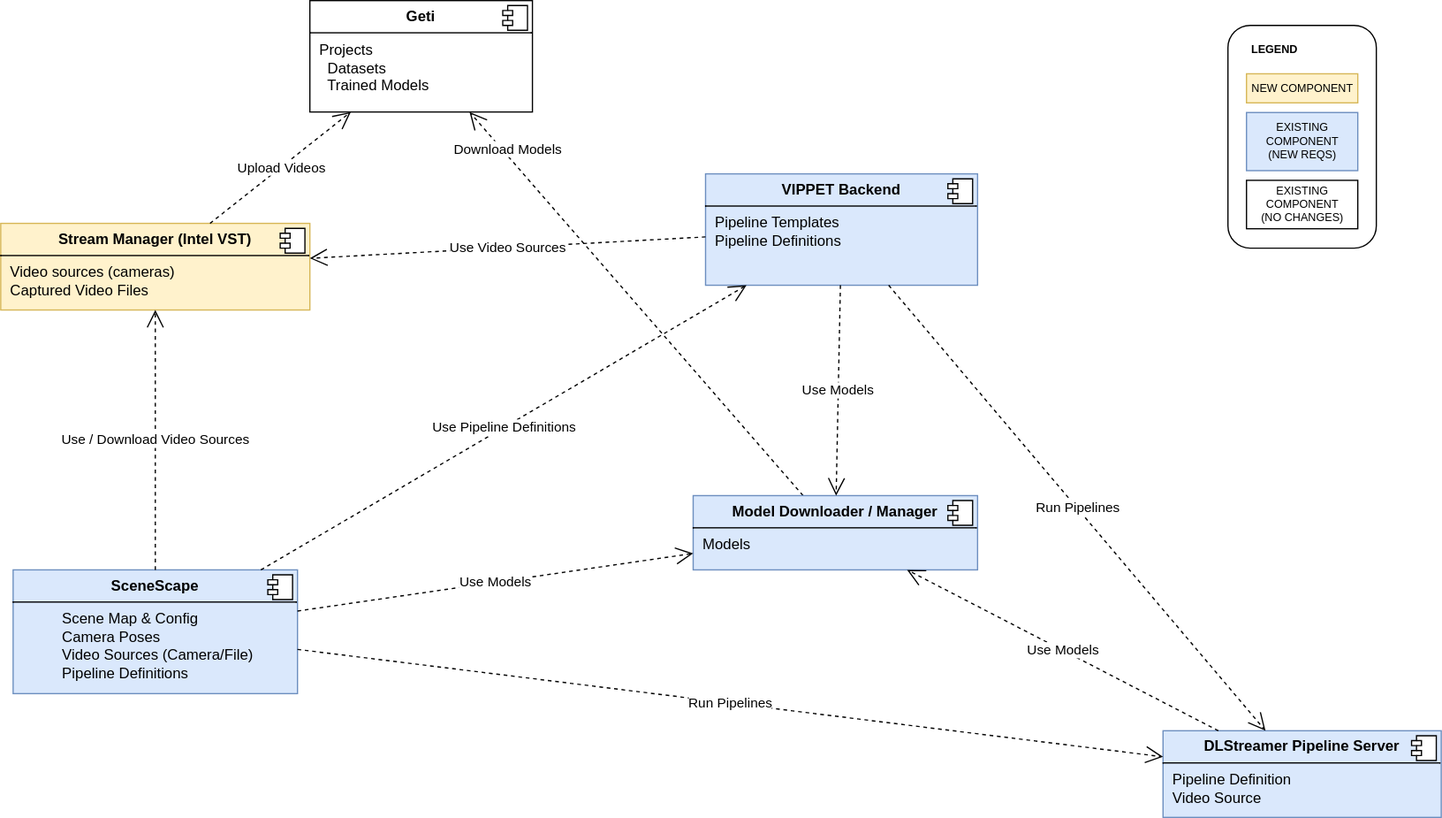
Above: docs/design/assets/SceneScape_MLOps-Component_Interaction.drawio.svg in open-edge-platform/scenescape (draw.io), before the change. Source tidied: cells renumbered, new cells last; positions are measured from the earlier drawing's top-left corner, leaving out a move shared by most shapes. Its diagram source:
```xml
<mxGraphModel>
  <root>
    <mxCell id="0" />
    <mxCell id="1" parent="0" />
    <mxCell id="2" value="&lt;p style=&quot;margin:0px;margin-top:6px;text-align:center;&quot;&gt;&lt;b&gt;SceneScape&lt;/b&gt;&lt;/p&gt;&lt;hr size=&quot;1&quot; style=&quot;border-style:solid;&quot;&gt;&lt;blockquote style=&quot;margin: 0 0 0 40px; border: none; padding: 0px;&quot;&gt;&lt;div style=&quot;&quot;&gt;&lt;div&gt;Scene Map &amp;amp; Config&lt;/div&gt;&lt;/div&gt;&lt;div style=&quot;&quot;&gt;&lt;span style=&quot;background-color: transparent; color: light-dark(rgb(0, 0, 0), rgb(255, 255, 255));&quot;&gt;Camera Poses&lt;/span&gt;&lt;/div&gt;&lt;div style=&quot;&quot;&gt;&lt;div&gt;Video Sources (Camera/File)&lt;/div&gt;&lt;/div&gt;&lt;div style=&quot;&quot;&gt;&lt;div&gt;&lt;span style=&quot;background-color: transparent; color: light-dark(rgb(0, 0, 0), rgb(255, 255, 255));&quot;&gt;Pipeline Definitions&lt;/span&gt;&lt;/div&gt;&lt;/div&gt;&lt;/blockquote&gt;" style="align=left;overflow=fill;html=1;whiteSpace=wrap;fillColor=#dae8fc;strokeColor=#6c8ebf;" parent="1" vertex="1">
      <mxGeometry x="10" y="460" width="230" height="100" as="geometry" />
    </mxCell>
    <mxCell id="3" style="shape=component;jettyWidth=8;jettyHeight=4;" parent="2" vertex="1">
      <mxGeometry x="1" width="20" height="20" relative="1" as="geometry">
        <mxPoint x="-24" y="4" as="offset" />
      </mxGeometry>
    </mxCell>
    <mxCell id="4" value="&lt;p style=&quot;margin:0px;margin-top:6px;text-align:center;&quot;&gt;&lt;b&gt;Stream Manager (Intel VST)&lt;/b&gt;&lt;/p&gt;&lt;hr size=&quot;1&quot; style=&quot;border-style:solid;&quot;&gt;&lt;p style=&quot;margin:0px;margin-left:8px;&quot;&gt;Video sources (cameras)&lt;/p&gt;&lt;p style=&quot;margin:0px;margin-left:8px;&quot;&gt;Captured Video Files&lt;/p&gt;" style="align=left;overflow=fill;html=1;whiteSpace=wrap;fillColor=#fff2cc;strokeColor=#d6b656;" parent="1" vertex="1">
      <mxGeometry y="180" width="250" height="70" as="geometry" />
    </mxCell>
    <mxCell id="5" style="shape=component;jettyWidth=8;jettyHeight=4;" parent="4" vertex="1">
      <mxGeometry x="1" width="20" height="20" relative="1" as="geometry">
        <mxPoint x="-24" y="4" as="offset" />
      </mxGeometry>
    </mxCell>
    <mxCell id="6" value="&lt;p style=&quot;margin:0px;margin-top:6px;text-align:center;&quot;&gt;&lt;b&gt;VIPPET Backend&lt;/b&gt;&lt;/p&gt;&lt;hr size=&quot;1&quot; style=&quot;border-style:solid;&quot;&gt;&lt;p style=&quot;margin:0px;margin-left:8px;&quot;&gt;Pipeline Templates&lt;/p&gt;&lt;p style=&quot;margin:0px;margin-left:8px;&quot;&gt;Pipeline Definitions&lt;br&gt;&lt;/p&gt;" style="align=left;overflow=fill;html=1;whiteSpace=wrap;fillColor=#dae8fc;strokeColor=#6c8ebf;" parent="1" vertex="1">
      <mxGeometry x="570" y="140" width="220" height="90" as="geometry" />
    </mxCell>
    <mxCell id="7" style="shape=component;jettyWidth=8;jettyHeight=4;" parent="6" vertex="1">
      <mxGeometry x="1" width="20" height="20" relative="1" as="geometry">
        <mxPoint x="-24" y="4" as="offset" />
      </mxGeometry>
    </mxCell>
    <mxCell id="8" value="&lt;p style=&quot;margin:0px;margin-top:6px;text-align:center;&quot;&gt;&lt;b&gt;Geti&lt;/b&gt;&lt;/p&gt;&lt;hr size=&quot;1&quot; style=&quot;border-style:solid;&quot;&gt;&lt;p style=&quot;margin:0px;margin-left:8px;&quot;&gt;Projects&lt;/p&gt;&lt;p style=&quot;margin:0px;margin-left:8px;&quot;&gt;&amp;nbsp; Datasets&lt;/p&gt;&lt;p style=&quot;margin:0px;margin-left:8px;&quot;&gt;&amp;nbsp; Trained Models&lt;/p&gt;" style="align=left;overflow=fill;html=1;whiteSpace=wrap;" parent="1" vertex="1">
      <mxGeometry x="250" width="180" height="90" as="geometry" />
    </mxCell>
    <mxCell id="9" style="shape=component;jettyWidth=8;jettyHeight=4;" parent="8" vertex="1">
      <mxGeometry x="1" width="20" height="20" relative="1" as="geometry">
        <mxPoint x="-24" y="4" as="offset" />
      </mxGeometry>
    </mxCell>
    <mxCell id="10" value="Download Models" style="endArrow=open;endSize=12;dashed=1;html=1;rounded=0;" parent="1" edge="1" source="25" target="8">
      <mxGeometry x="0.79" y="-4" relative="1" as="geometry" />
    </mxCell>
    <mxCell id="11" value="Upload Videos" style="endArrow=open;endSize=12;dashed=1;html=1;rounded=0;" parent="1" edge="1" source="4" target="8">
      <mxGeometry relative="1" as="geometry" />
    </mxCell>
    <mxCell id="12" value="Use Pipeline Definitions" style="endArrow=open;endSize=12;dashed=1;html=1;rounded=0;" parent="1" edge="1" source="2" target="6">
      <mxGeometry relative="1" as="geometry" />
    </mxCell>
    <mxCell id="13" value="&lt;p style=&quot;margin:0px;margin-top:6px;text-align:center;&quot;&gt;&lt;b&gt;DLStreamer Pipeline Server&lt;/b&gt;&lt;/p&gt;&lt;hr size=&quot;1&quot; style=&quot;border-style:solid;&quot;&gt;&lt;p style=&quot;margin:0px;margin-left:8px;&quot;&gt;Pipeline Definition&lt;/p&gt;&lt;p style=&quot;margin:0px;margin-left:8px;&quot;&gt;Video Source&lt;/p&gt;" style="align=left;overflow=fill;html=1;whiteSpace=wrap;fillColor=#dae8fc;strokeColor=#6c8ebf;" parent="1" vertex="1">
      <mxGeometry x="940" y="590" width="225" height="70" as="geometry" />
    </mxCell>
    <mxCell id="14" style="shape=component;jettyWidth=8;jettyHeight=4;" parent="13" vertex="1">
      <mxGeometry x="1" width="20" height="20" relative="1" as="geometry">
        <mxPoint x="-24" y="4" as="offset" />
      </mxGeometry>
    </mxCell>
    <mxCell id="15" value="Use / Download Video Sources" style="endArrow=open;endSize=12;dashed=1;html=1;rounded=0;" parent="1" edge="1" source="2" target="4">
      <mxGeometry relative="1" as="geometry" />
    </mxCell>
    <mxCell id="16" value="Run Pipelines" style="endArrow=open;endSize=12;dashed=1;html=1;rounded=0;" parent="1" edge="1" source="2" target="13">
      <mxGeometry relative="1" as="geometry" />
    </mxCell>
    <mxCell id="17" value="Run Pipelines" style="endArrow=open;endSize=12;dashed=1;html=1;rounded=0;" parent="1" edge="1" source="6" target="13">
      <mxGeometry relative="1" as="geometry" />
    </mxCell>
    <mxCell id="18" style="group;fontSize=9;" parent="1" vertex="1">
      <mxGeometry x="992.5" y="20" width="120" height="180" as="geometry" />
    </mxCell>
    <mxCell id="19" style="rounded=1;whiteSpace=wrap;html=1;fontSize=9;" parent="18" vertex="1">
      <mxGeometry width="120" height="180" as="geometry" />
    </mxCell>
    <mxCell id="20" value="NEW COMPONENT" style="rounded=0;whiteSpace=wrap;html=1;fillColor=#fff2cc;strokeColor=#d6b656;fontSize=9;" parent="18" vertex="1">
      <mxGeometry x="15" y="39.1" width="90" height="23.5" as="geometry" />
    </mxCell>
    <mxCell id="21" value="EXISTING COMPONENT&lt;div&gt;(NO CHANGES)&lt;/div&gt;" style="rounded=0;whiteSpace=wrap;html=1;fontSize=9;" parent="18" vertex="1">
      <mxGeometry x="15" y="125.2" width="90" height="39.1" as="geometry" />
    </mxCell>
    <mxCell id="22" value="EXISTING&lt;div&gt;COMPONENT&lt;/div&gt;&lt;div&gt;(NEW REQS)&lt;/div&gt;" style="rounded=0;whiteSpace=wrap;html=1;fillColor=#dae8fc;strokeColor=#6c8ebf;fontSize=9;" parent="18" vertex="1">
      <mxGeometry x="15" y="70.4" width="90" height="47" as="geometry" />
    </mxCell>
    <mxCell id="23" value="LEGEND" style="text;html=1;whiteSpace=wrap;strokeColor=none;fillColor=none;align=center;verticalAlign=middle;rounded=0;fontStyle=1;fontSize=9;" parent="18" vertex="1">
      <mxGeometry x="15" y="7.8" width="45" height="23.5" as="geometry" />
    </mxCell>
    <mxCell id="24" value="Use Video Sources" style="endArrow=open;endSize=12;dashed=1;html=1;rounded=0;" parent="1" edge="1" source="6" target="4">
      <mxGeometry relative="1" as="geometry" />
    </mxCell>
    <mxCell id="25" value="&lt;p style=&quot;margin:0px;margin-top:6px;text-align:center;&quot;&gt;&lt;b&gt;Model Downloader / Manager&lt;/b&gt;&lt;/p&gt;&lt;hr size=&quot;1&quot; style=&quot;border-style:solid;&quot;&gt;&lt;p style=&quot;margin:0px;margin-left:8px;&quot;&gt;&lt;span style=&quot;background-color: transparent; color: light-dark(rgb(0, 0, 0), rgb(255, 255, 255));&quot;&gt;Models&lt;/span&gt;&lt;/p&gt;" style="align=left;overflow=fill;html=1;whiteSpace=wrap;fillColor=#dae8fc;strokeColor=#6c8ebf;" parent="1" vertex="1">
      <mxGeometry x="560" y="400" width="230" height="60" as="geometry" />
    </mxCell>
    <mxCell id="26" style="shape=component;jettyWidth=8;jettyHeight=4;" parent="25" vertex="1">
      <mxGeometry x="1" width="20" height="20" relative="1" as="geometry">
        <mxPoint x="-24" y="4" as="offset" />
      </mxGeometry>
    </mxCell>
    <mxCell id="27" value="Use Models" style="endArrow=open;endSize=12;dashed=1;html=1;rounded=0;" parent="1" edge="1" source="2" target="25">
      <mxGeometry relative="1" as="geometry" />
    </mxCell>
    <mxCell id="28" value="Use Models" style="endArrow=open;endSize=12;dashed=1;html=1;rounded=0;" parent="1" edge="1" source="13">
      <mxGeometry relative="1" as="geometry">
        <mxPoint x="733" y="460" as="targetPoint" />
      </mxGeometry>
    </mxCell>
    <mxCell id="29" value="Use Models" style="endArrow=open;endSize=12;dashed=1;html=1;rounded=0;" parent="1" edge="1" source="6" target="25">
      <mxGeometry relative="1" as="geometry" />
    </mxCell>
  </root>
</mxGraphModel>
```
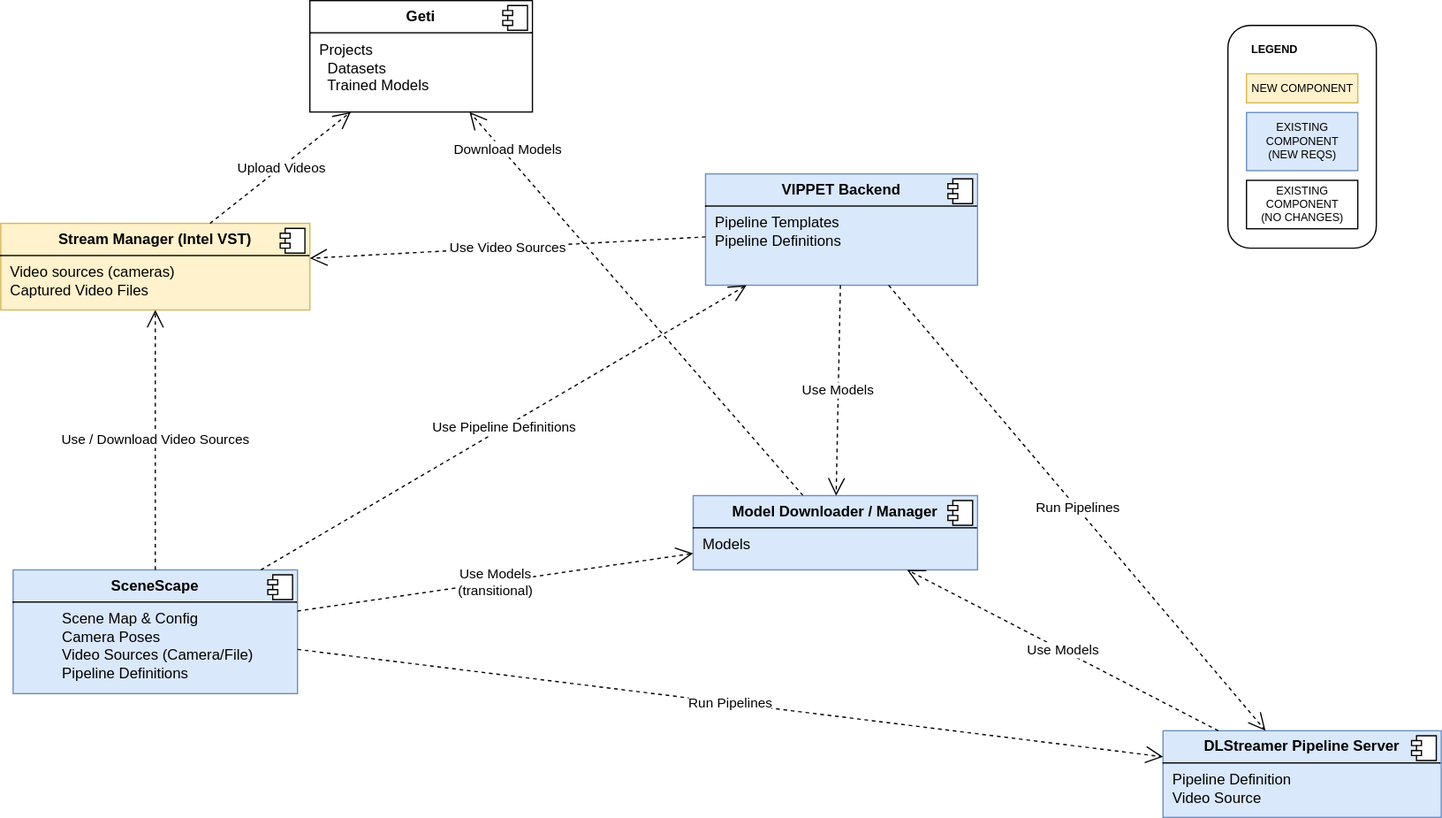
After the commit.

Commit message:
Make listing endpoint flow transitional in SVG

Diff of the diagram source:
```diff
@@ -89,7 +89,7 @@
         <mxPoint x="-24" y="4" as="offset" />
       </mxGeometry>
     </mxCell>
-    <mxCell id="27" value="Use Models" style="endArrow=open;endSize=12;dashed=1;html=1;rounded=0;" parent="1" edge="1" source="2" target="25">
+    <mxCell id="27" value="Use Models&lt;br&gt;(transitional)" style="endArrow=open;endSize=12;dashed=1;html=1;rounded=0;" parent="1" edge="1" source="2" target="25">
       <mxGeometry relative="1" as="geometry" />
     </mxCell>
     <mxCell id="28" value="Use Models" style="endArrow=open;endSize=12;dashed=1;html=1;rounded=0;" parent="1" edge="1" source="13">
```
